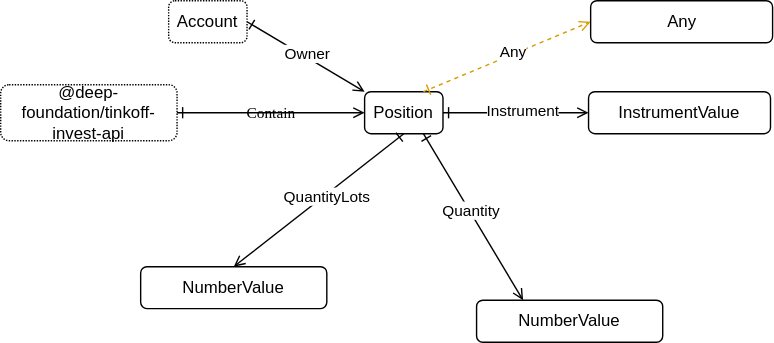
Earlier version of the draw.io export src/position/Position.drawio.svg (suenot/deep-tinkoff-invest-api). Source tidied: cells renumbered, new cells last; positions are measured from the earlier drawing's top-left corner, leaving out a move shared by most shapes.
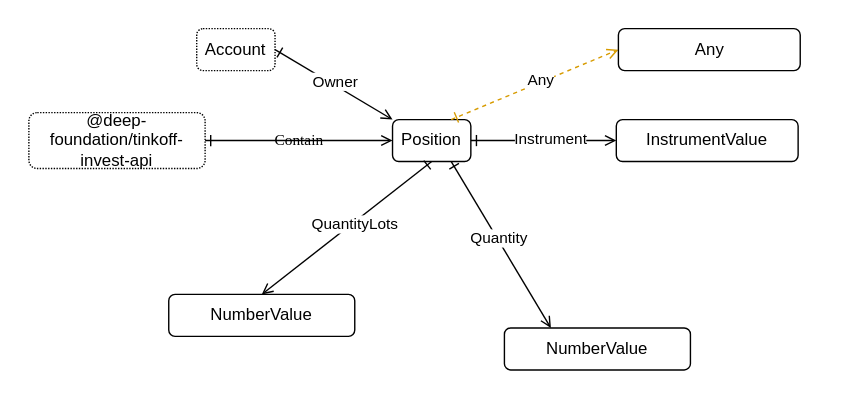
Later version of the same file.

The edit, as a diff of the source:
```diff
@@ -2,6 +2,9 @@
   <root>
     <mxCell id="0" />
     <mxCell id="1" parent="0" />
+    <mxCell id="20" style="rounded=0;whiteSpace=wrap;html=1;strokeColor=none;" parent="1" vertex="1">
+      <mxGeometry x="-20" y="-20" width="600" height="290" as="geometry" />
+    </mxCell>
     <mxCell id="2" style="edgeStyle=none;html=1;exitX=1;exitY=0.5;exitDx=0;exitDy=0;startArrow=ERone;startFill=0;entryX=0;entryY=0;entryDx=0;entryDy=0;endArrow=open;endFill=0;" parent="1" edge="1" source="4" target="7">
       <mxGeometry relative="1" as="geometry" />
     </mxCell>
```
